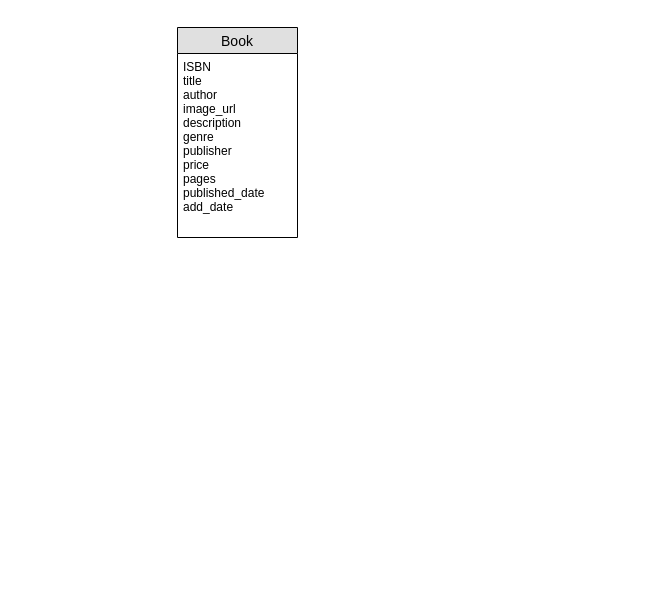
Earlier version of the draw.io diagram documentation/er_diagram.drawio (SharjeelAliBCS/Book-Sanctum). Source tidied: cells renumbered, new cells numbered last; positions are measured from the earlier drawing's top-left corner, leaving out a move shared by most shapes. Both pictures are drawn from the tidied source at 100%, with x=0, y=0 at pixel (177, 27).
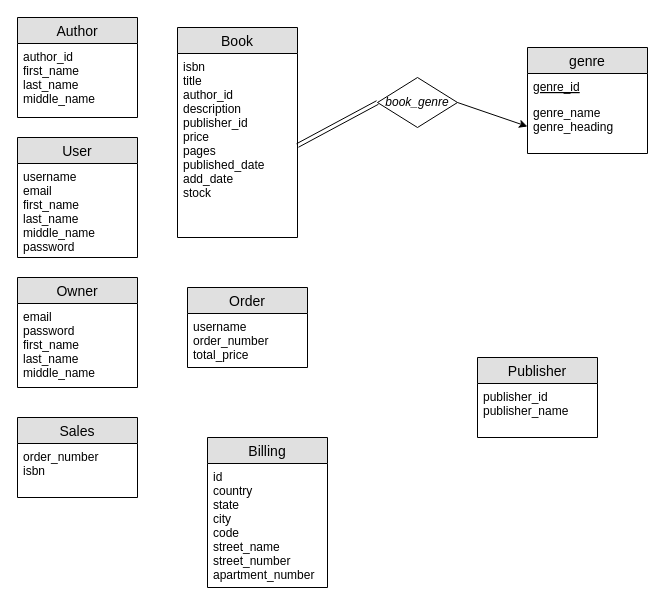
After the change.

Unchanged cells that the change refers to:
```xml
<mxCell id="2" value="Book" style="swimlane;fontStyle=0;horizontal=1;startSize=26;fillColor=#e0e0e0;swimlaneFillColor=#ffffff;align=center;fontSize=14;" parent="1" vertex="1">
  <mxGeometry width="120" height="210" as="geometry" />
</mxCell>
```

Change to the diagram source:
```diff
@@
-    <mxCell id="3" value="ISBN&#10;title&#10;author&#10;image_url&#10;description&#10;genre&#10;publisher&#10;price&#10;pages&#10;published_date&#10;add_date" style="text;strokeColor=none;fillColor=none;spacingLeft=4;spacingRight=4;overflow=hidden;points=[[0,0.5],[1,0.5]];portConstraint=eastwest;fontSize=12;" parent="2" vertex="1">
+    <mxCell id="3" value="isbn&#10;title&#10;author_id&#10;description&#10;publisher_id&#10;price&#10;pages&#10;published_date&#10;add_date&#10;stock" style="text;strokeColor=none;fillColor=none;spacingLeft=4;spacingRight=4;overflow=hidden;points=[[0,0.5],[1,0.5]];portConstraint=eastwest;fontSize=12;" parent="2" vertex="1">
       <mxGeometry y="26" width="120" height="184" as="geometry" />
     </mxCell>
+    <mxCell id="4" value="Author" style="swimlane;fontStyle=0;horizontal=1;startSize=26;fillColor=#e0e0e0;swimlaneFillColor=#ffffff;align=center;fontSize=14;" parent="1" vertex="1">
+      <mxGeometry x="-160" y="-10" width="120" height="100" as="geometry" />
+    </mxCell>
+    <mxCell id="5" value="author_id&#10;first_name&#10;last_name&#10;middle_name&#10;" style="text;strokeColor=none;fillColor=none;spacingLeft=4;spacingRight=4;overflow=hidden;fontSize=12;" parent="4" vertex="1">
+      <mxGeometry y="26" width="120" height="74" as="geometry" />
+    </mxCell>
+    <mxCell id="6" value="User" style="swimlane;fontStyle=0;horizontal=1;startSize=26;fillColor=#e0e0e0;swimlaneFillColor=#ffffff;align=center;fontSize=14;" parent="1" vertex="1">
+      <mxGeometry x="-160" y="110" width="120" height="120" as="geometry" />
+    </mxCell>
+    <mxCell id="7" value="username&#10;email&#10;first_name&#10;last_name&#10;middle_name&#10;password&#10;" style="text;strokeColor=none;fillColor=none;spacingLeft=4;spacingRight=4;overflow=hidden;fontSize=12;" parent="6" vertex="1">
+      <mxGeometry y="26" width="120" height="94" as="geometry" />
+    </mxCell>
+    <mxCell id="8" value="Owner" style="swimlane;fontStyle=0;horizontal=1;startSize=26;fillColor=#e0e0e0;swimlaneFillColor=#ffffff;align=center;fontSize=14;" parent="1" vertex="1">
+      <mxGeometry x="-160" y="250" width="120" height="110" as="geometry" />
+    </mxCell>
+    <mxCell id="9" value="email&#10;password&#10;first_name&#10;last_name&#10;middle_name" style="text;strokeColor=none;fillColor=none;spacingLeft=4;spacingRight=4;overflow=hidden;fontSize=12;" parent="8" vertex="1">
+      <mxGeometry y="26" width="120" height="84" as="geometry" />
+    </mxCell>
+    <mxCell id="10" value="Order" style="swimlane;fontStyle=0;horizontal=1;startSize=26;fillColor=#e0e0e0;swimlaneFillColor=#ffffff;align=center;fontSize=14;" parent="1" vertex="1">
+      <mxGeometry x="10" y="260" width="120" height="80" as="geometry" />
+    </mxCell>
+    <mxCell id="11" value="username&#10;order_number&#10;total_price&#10;&#10;" style="text;strokeColor=none;fillColor=none;spacingLeft=4;spacingRight=4;overflow=hidden;fontSize=12;" parent="10" vertex="1">
+      <mxGeometry y="26" width="120" height="54" as="geometry" />
+    </mxCell>
+    <mxCell id="12" value="Sales" style="swimlane;fontStyle=0;horizontal=1;startSize=26;fillColor=#e0e0e0;swimlaneFillColor=#ffffff;align=center;fontSize=14;" parent="1" vertex="1">
+      <mxGeometry x="-160" y="390" width="120" height="80" as="geometry" />
+    </mxCell>
+    <mxCell id="13" value="order_number&#10;isbn&#10;" style="text;strokeColor=none;fillColor=none;spacingLeft=4;spacingRight=4;overflow=hidden;fontSize=12;" parent="12" vertex="1">
+      <mxGeometry y="26" width="120" height="54" as="geometry" />
+    </mxCell>
+    <mxCell id="14" value="genre" style="swimlane;fontStyle=0;horizontal=1;startSize=26;fillColor=#e0e0e0;swimlaneFillColor=#ffffff;align=center;fontSize=14;" parent="1" vertex="1">
+      <mxGeometry x="350" y="20" width="120" height="106" as="geometry" />
+    </mxCell>
+    <mxCell id="15" value="genre_id" style="text;strokeColor=none;fillColor=none;spacingLeft=4;spacingRight=4;overflow=hidden;fontSize=12;fontStyle=4;" parent="14" vertex="1">
+      <mxGeometry y="26" width="120" height="26" as="geometry" />
+    </mxCell>
+    <mxCell id="16" value="genre_name&#10;genre_heading" style="text;strokeColor=none;fillColor=none;spacingLeft=4;spacingRight=4;overflow=hidden;points=[[0,0.5],[1,0.5]];portConstraint=eastwest;fontSize=12;fontStyle=0;" parent="14" vertex="1">
+      <mxGeometry y="52" width="120" height="54" as="geometry" />
+    </mxCell>
+    <mxCell id="17" value="Publisher" style="swimlane;fontStyle=0;horizontal=1;startSize=26;fillColor=#e0e0e0;swimlaneFillColor=#ffffff;align=center;fontSize=14;" parent="1" vertex="1">
+      <mxGeometry x="300" y="330" width="120" height="80" as="geometry" />
+    </mxCell>
+    <mxCell id="18" value="publisher_id&#10;publisher_name&#10;" style="text;strokeColor=none;fillColor=none;spacingLeft=4;spacingRight=4;overflow=hidden;fontSize=12;" parent="17" vertex="1">
+      <mxGeometry y="26" width="120" height="54" as="geometry" />
+    </mxCell>
+    <mxCell id="19" value="Billing" style="swimlane;fontStyle=0;horizontal=1;startSize=26;fillColor=#e0e0e0;swimlaneFillColor=#ffffff;align=center;fontSize=14;" parent="1" vertex="1">
+      <mxGeometry x="30" y="410" width="120" height="150" as="geometry" />
+    </mxCell>
+    <mxCell id="20" value="id&#10;country&#10;state&#10;city&#10;code&#10;street_name&#10;street_number&#10;apartment_number" style="text;strokeColor=none;fillColor=none;spacingLeft=4;spacingRight=4;overflow=hidden;fontSize=12;" parent="19" vertex="1">
+      <mxGeometry y="26" width="120" height="124" as="geometry" />
+    </mxCell>
+    <mxCell id="21" value="&lt;i&gt;book_genre&lt;/i&gt;" style="rhombus;whiteSpace=wrap;html=1;" parent="1" vertex="1">
+      <mxGeometry x="200" y="50" width="80" height="50" as="geometry" />
+    </mxCell>
+    <mxCell id="22" style="endArrow=classic;html=1;entryX=0;entryY=0.5;entryDx=0;entryDy=0;exitX=1;exitY=0.5;exitDx=0;exitDy=0;" parent="1" edge="1" source="21" target="16">
+      <mxGeometry relative="1" as="geometry" />
+    </mxCell>
+    <mxCell id="23" style="shape=link;html=1;entryX=0;entryY=0.5;entryDx=0;entryDy=0;exitX=1;exitY=0.5;exitDx=0;exitDy=0;" parent="1" edge="1" source="3" target="21">
+      <mxGeometry relative="1" as="geometry" />
+    </mxCell>
```
